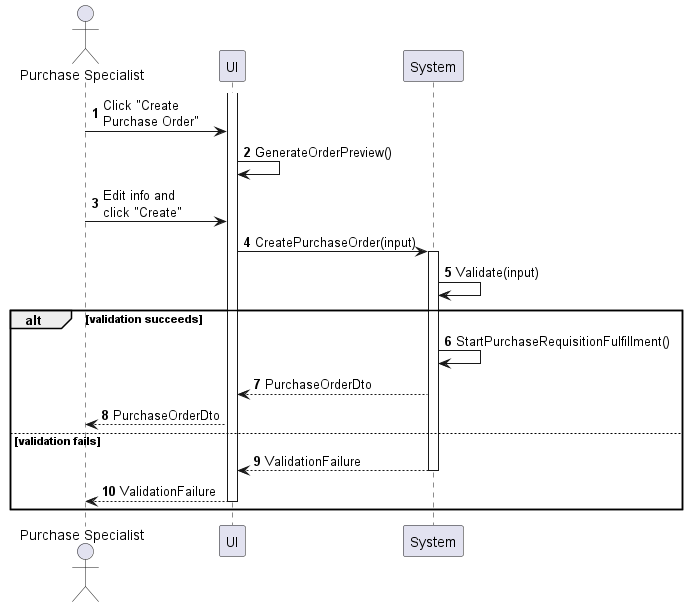
The PlantUML diagram sequences/purchase-order-create.png in phihungha/scmss-reqs, before a commit.
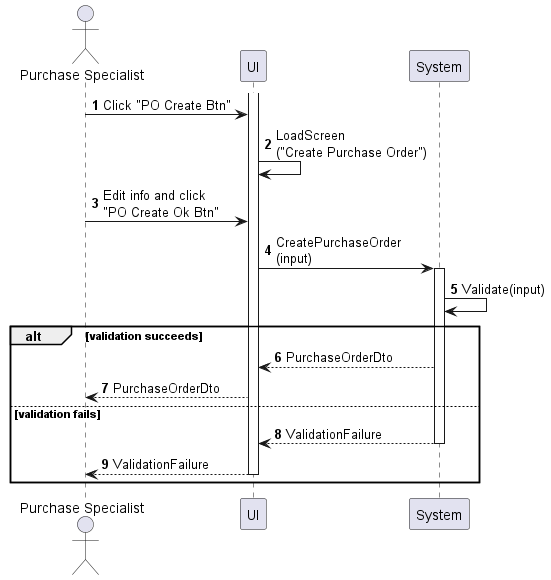
The same file after the commit.

Diff of the diagram source:
```diff
@@ -6,15 +6,14 @@
 participant System as b
 
 activate f
-a -> f : Click "Create\nPurchase Order"
-f -> f : GenerateOrderPreview()
-a -> f : Edit info and\nclick "Create"
-f -> b : CreatePurchaseOrder(input)
+a -> f : Click "PO Create Btn"
+f -> f : LoadScreen\n("Create Purchase Order")
+a -> f : Edit info and click\n"PO Create Ok Btn"
+f -> b : CreatePurchaseOrder\n(input)
 activate b
 b -> b : Validate(input)
 
 alt validation succeeds
-    b -> b : StartPurchaseRequisitionFulfillment()
     b --> f : PurchaseOrderDto
     f --> a : PurchaseOrderDto
 else validation fails
```
